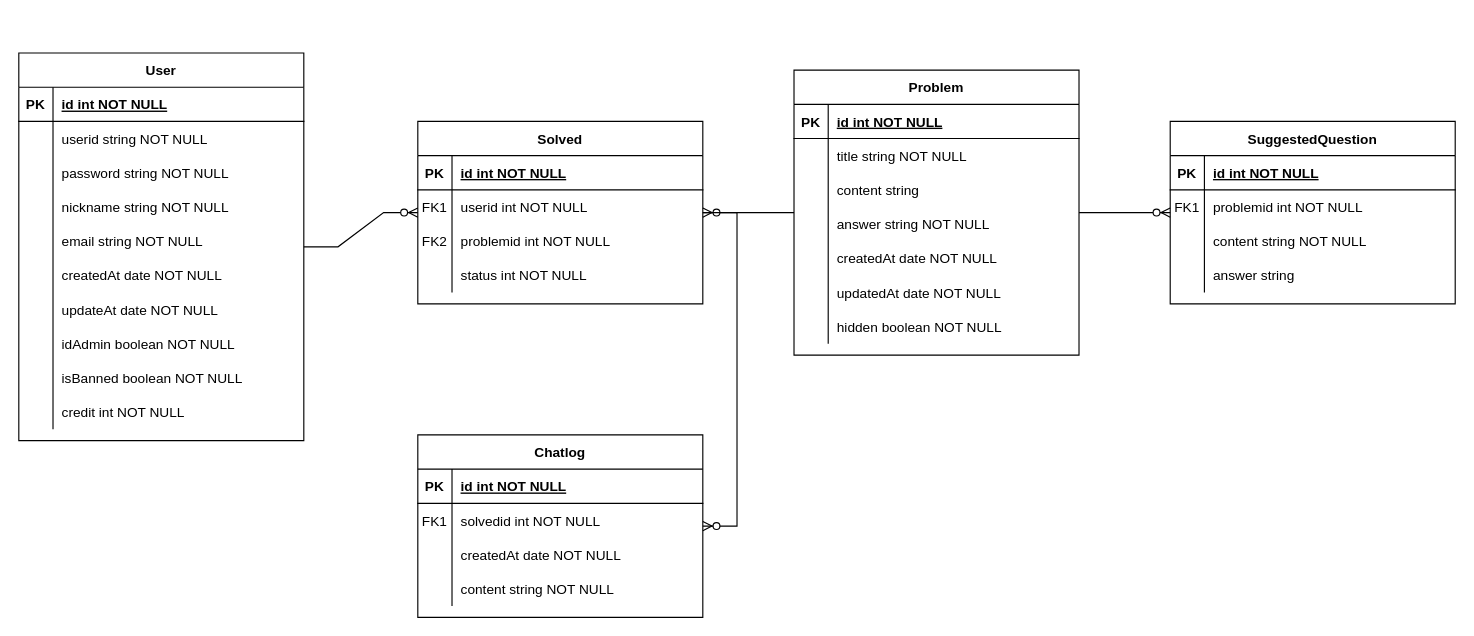
The draw.io diagram 23-1 CodeCat ERD.drawio in skkuse/2023spring_41class_team2, before the edit. Source tidied: cells renumbered, new cells numbered last; positions are measured from the earlier drawing's top-left corner, leaving out a move shared by most shapes. Both pictures are drawn from the tidied source at 114%, with x=0, y=0 at pixel (18, 52).
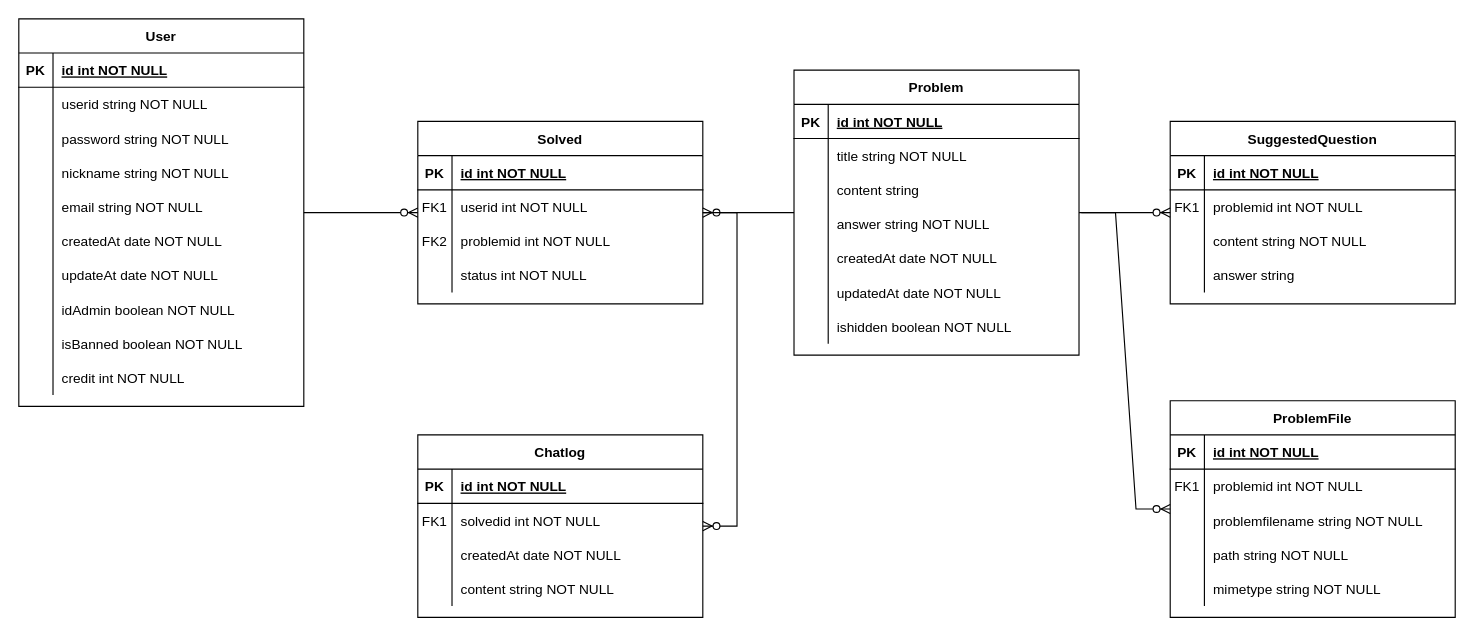
After the change.

The change refers to these unchanged cells:
```xml
<mxCell id="25" style="shape=partialRectangle;fillColor=none;points=[[0,0.5],[1,0.5]];portConstraint=eastwest;top=0;left=0;right=0;bottom=0;" parent="15" vertex="1">
  <mxGeometry y="120" width="250" height="30" as="geometry" />
</mxCell>
<mxCell id="34" style="shape=partialRectangle;fillColor=none;top=0;left=0;right=0;bottom=0;" parent="15" vertex="1">
  <mxGeometry y="210" width="250" height="30" as="geometry" />
</mxCell>
```

Change to the diagram source:
```diff
@@
-    <mxCell id="36" value="hidden boolean NOT NULL" style="shape=partialRectangle;overflow=hidden;fillColor=none;top=0;left=0;bottom=0;right=0;align=left;spacingLeft=6;" parent="34" vertex="1">
+    <mxCell id="36" value="ishidden boolean NOT NULL" style="shape=partialRectangle;overflow=hidden;fillColor=none;top=0;left=0;bottom=0;right=0;align=left;spacingLeft=6;" parent="34" vertex="1">
       <mxGeometry x="30" width="220" height="30" as="geometry" />
     </mxCell>
     <mxCell id="37" value="User" style="shape=table;startSize=30;childLayout=tableLayout;rowLines=0;fontStyle=1;align=center;" parent="1" vertex="1">
-      <mxGeometry width="250" height="340" as="geometry" />
+      <mxGeometry y="-30" width="250" height="340" as="geometry" />
     </mxCell>
@@
+    <mxCell id="98" value="ProblemFile" style="shape=table;startSize=30;childLayout=tableLayout;rowLines=0;fontStyle=1;align=center;" parent="1" vertex="1">
+      <mxGeometry x="1010" y="305" width="250" height="190" as="geometry" />
+    </mxCell>
+    <mxCell id="99" style="shape=partialRectangle;fillColor=none;top=0;left=0;right=0;bottom=1;" parent="98" vertex="1">
+      <mxGeometry y="30" width="250" height="30" as="geometry" />
+    </mxCell>
+    <mxCell id="100" value="PK" style="shape=partialRectangle;overflow=hidden;fillColor=none;top=0;left=0;bottom=0;right=0;fontStyle=1;" parent="99" vertex="1">
+      <mxGeometry width="30" height="30" as="geometry" />
+    </mxCell>
+    <mxCell id="101" value="id int NOT NULL " style="shape=partialRectangle;overflow=hidden;fillColor=none;top=0;left=0;bottom=0;right=0;align=left;spacingLeft=6;fontStyle=5;" parent="99" vertex="1">
+      <mxGeometry x="30" width="220" height="30" as="geometry" />
+    </mxCell>
+    <mxCell id="102" style="shape=partialRectangle;fillColor=none;top=0;left=0;right=0;bottom=0;" parent="98" vertex="1">
+      <mxGeometry y="60" width="250" height="30" as="geometry" />
+    </mxCell>
+    <mxCell id="103" value="FK1" style="shape=partialRectangle;overflow=hidden;fillColor=none;top=0;left=0;bottom=0;right=0;" parent="102" vertex="1">
+      <mxGeometry width="30" height="30" as="geometry" />
+    </mxCell>
+    <mxCell id="104" value="problemid int NOT NULL" style="shape=partialRectangle;overflow=hidden;fillColor=none;top=0;left=0;bottom=0;right=0;align=left;spacingLeft=6;" parent="102" vertex="1">
+      <mxGeometry x="30" width="220" height="30" as="geometry" />
+    </mxCell>
+    <mxCell id="105" style="shape=partialRectangle;fillColor=none;top=0;left=0;right=0;bottom=0;" parent="98" vertex="1">
+      <mxGeometry y="90" width="250" height="30" as="geometry" />
+    </mxCell>
+    <mxCell id="106" style="shape=partialRectangle;overflow=hidden;fillColor=none;top=0;left=0;bottom=0;right=0;" parent="105" vertex="1">
+      <mxGeometry width="30" height="30" as="geometry" />
+    </mxCell>
+    <mxCell id="107" value="problemfilename string NOT NULL" style="shape=partialRectangle;overflow=hidden;fillColor=none;top=0;left=0;bottom=0;right=0;align=left;spacingLeft=6;" parent="105" vertex="1">
+      <mxGeometry x="30" width="220" height="30" as="geometry" />
+    </mxCell>
+    <mxCell id="108" style="shape=partialRectangle;fillColor=none;top=0;left=0;right=0;bottom=0;" parent="98" vertex="1">
+      <mxGeometry y="120" width="250" height="30" as="geometry" />
+    </mxCell>
+    <mxCell id="109" style="shape=partialRectangle;overflow=hidden;fillColor=none;top=0;left=0;bottom=0;right=0;" parent="108" vertex="1">
+      <mxGeometry width="30" height="30" as="geometry" />
+    </mxCell>
+    <mxCell id="110" value="path string NOT NULL" style="shape=partialRectangle;overflow=hidden;fillColor=none;top=0;left=0;bottom=0;right=0;align=left;spacingLeft=6;" parent="108" vertex="1">
+      <mxGeometry x="30" width="220" height="30" as="geometry" />
+    </mxCell>
+    <mxCell id="111" style="shape=partialRectangle;fillColor=none;top=0;left=0;right=0;bottom=0;" parent="98" vertex="1">
+      <mxGeometry y="150" width="250" height="30" as="geometry" />
+    </mxCell>
+    <mxCell id="112" style="shape=partialRectangle;overflow=hidden;fillColor=none;top=0;left=0;bottom=0;right=0;" parent="111" vertex="1">
+      <mxGeometry width="30" height="30" as="geometry" />
+    </mxCell>
+    <mxCell id="113" value="mimetype string NOT NULL" style="shape=partialRectangle;overflow=hidden;fillColor=none;top=0;left=0;bottom=0;right=0;align=left;spacingLeft=6;" parent="111" vertex="1">
+      <mxGeometry x="30" width="220" height="30" as="geometry" />
+    </mxCell>
+    <mxCell id="114" style="edgeStyle=entityRelationEdgeStyle;fontSize=12;html=1;endArrow=ERzeroToMany;endFill=1;rounded=0;exitX=1.008;exitY=0.167;exitDx=0;exitDy=0;exitPerimeter=0;" parent="1" edge="1" source="25" target="98">
+      <mxGeometry relative="1" as="geometry" />
+    </mxCell>
```
